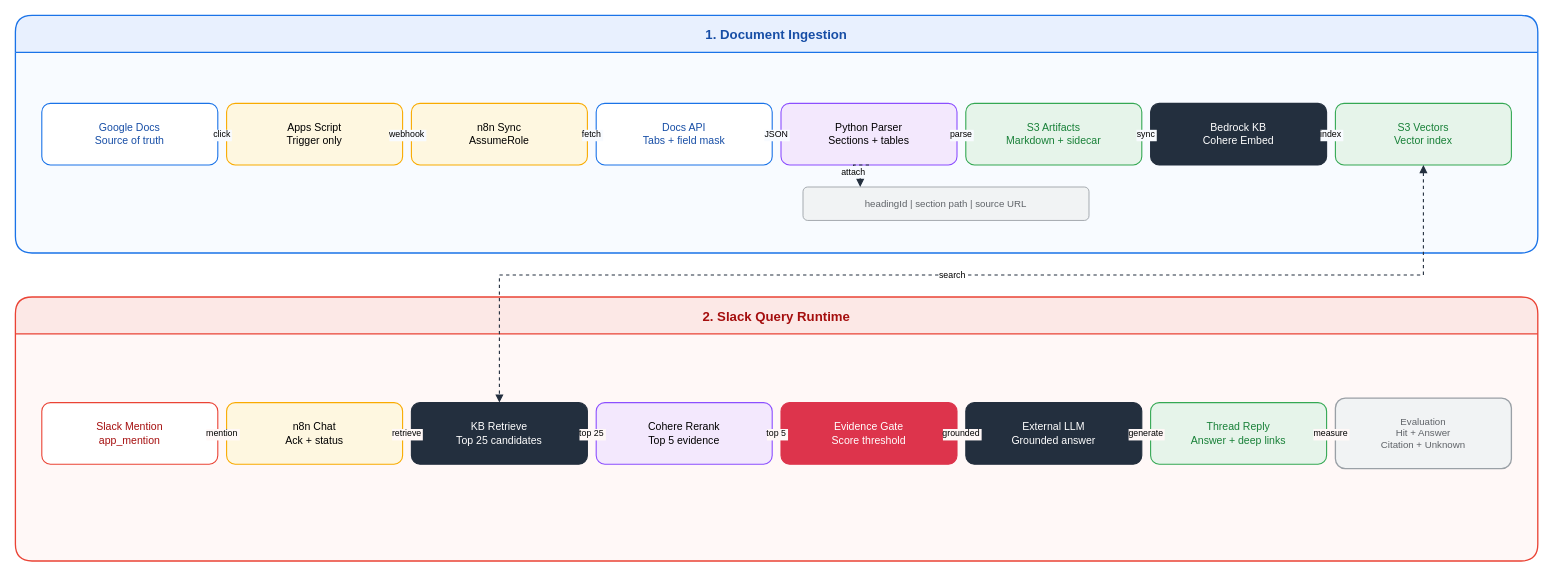
Above: assets/img/aws/bedrock-slack-rag-architecture.drawio in KKamJi98/kkamji98.github.io (draw.io), before the change. Source tidied: cells renumbered, new cells numbered last; positions are measured from the earlier drawing's top-left corner, leaving out a move shared by most shapes. Both pictures are drawn from the tidied source at 88%, with x=0, y=0 at pixel (15, 15).
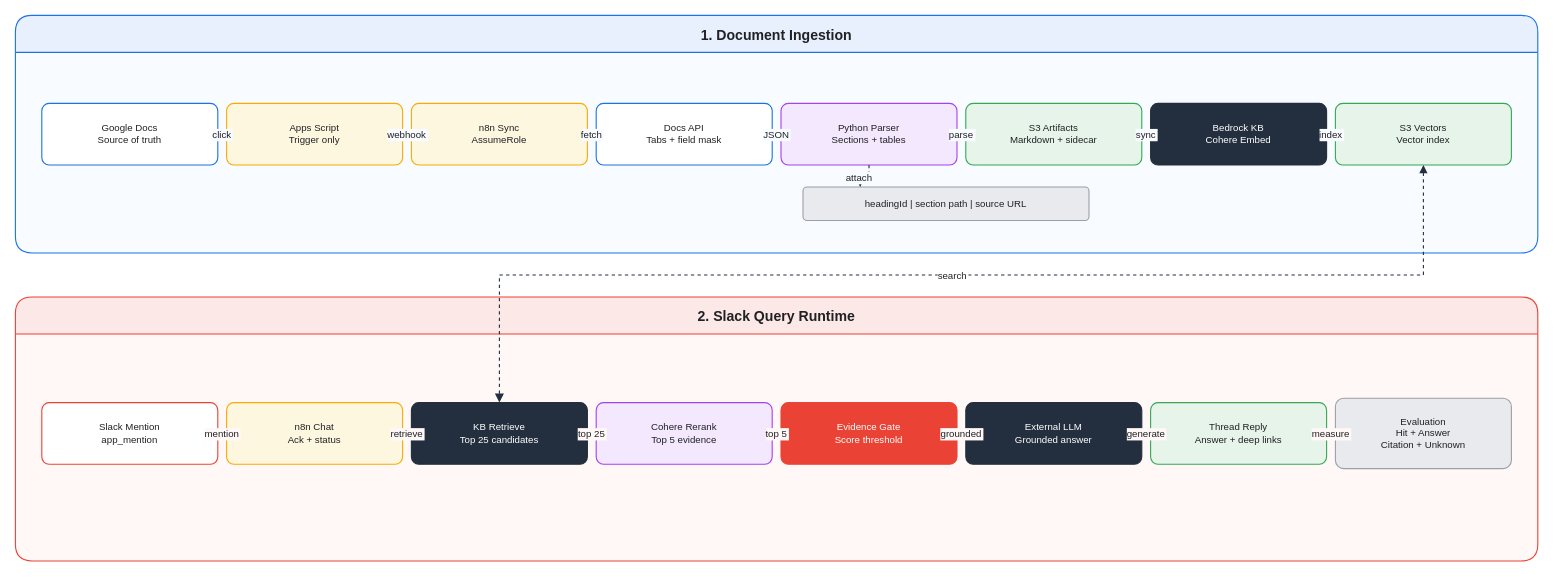
Above is the later version.

Diff of the diagram source:
```diff
@@
-<mxGraphModel>
+<mxGraphModel background="#FFFFFF">
@@
-    <mxCell id="2" value="1. Document Ingestion" style="swimlane;html=0;rounded=1;startSize=42;fillColor=#E8F0FE;swimlaneFillColor=#F8FBFF;strokeColor=#1A73E8;strokeWidth=1.5;fontSize=15;fontStyle=1;fontColor=#174EA6;shadow=0;" parent="1" vertex="1">
+    <mxCell id="2" value="1. Document Ingestion" style="swimlane;html=0;rounded=1;startSize=42;fillColor=#E8F0FE;swimlaneFillColor=#F8FBFF;strokeColor=#1A73E8;strokeWidth=1.25;fontSize=16;fontStyle=1;fontColor=#202124;shadow=0;" parent="1" vertex="1">
       <mxGeometry width="1730" height="270" as="geometry" />
     </mxCell>
-    <mxCell id="3" value="2. Slack Query Runtime" style="swimlane;html=0;rounded=1;startSize=42;fillColor=#FCE8E6;swimlaneFillColor=#FFF8F7;strokeColor=#EA4335;strokeWidth=1.5;fontSize=15;fontStyle=1;fontColor=#A50E0E;shadow=0;" parent="1" vertex="1">
+    <mxCell id="3" value="2. Slack Query Runtime" style="swimlane;html=0;rounded=1;startSize=42;fillColor=#FCE8E6;swimlaneFillColor=#FFF8F7;strokeColor=#EA4335;strokeWidth=1.25;fontSize=16;fontStyle=1;fontColor=#202124;shadow=0;" parent="1" vertex="1">
       <mxGeometry y="320" width="1730" height="300" as="geometry" />
     </mxCell>
-    <mxCell id="4" value="Google Docs&#10;Source of truth" style="rounded=1;arcSize=14;whiteSpace=wrap;html=0;fillColor=#FFFFFF;strokeColor=#1A73E8;strokeWidth=1.25;fontSize=12;fontColor=#174EA6;shadow=0;" parent="1" vertex="1">
+    <mxCell id="4" value="Google Docs&#10;Source of truth" style="rounded=1;arcSize=12;whiteSpace=wrap;html=0;fillColor=#FFFFFF;strokeColor=#1A73E8;strokeWidth=1.25;fontSize=11;fontColor=#202124;shadow=0;" parent="1" vertex="1">
       <mxGeometry x="30" y="100" width="200" height="70" as="geometry" />
     </mxCell>
-    <mxCell id="5" value="Apps Script&#10;Trigger only" style="rounded=1;arcSize=14;whiteSpace=wrap;html=0;fillColor=#FEF7E0;strokeColor=#F9AB00;strokeWidth=1.25;fontSize=12;fontColor=#000000;shadow=0;" parent="1" vertex="1">
+    <mxCell id="5" value="Apps Script&#10;Trigger only" style="rounded=1;arcSize=12;whiteSpace=wrap;html=0;fillColor=#FEF7E0;strokeColor=#F9AB00;strokeWidth=1.25;fontSize=11;fontColor=#202124;shadow=0;" parent="1" vertex="1">
       <mxGeometry x="240" y="100" width="200" height="70" as="geometry" />
     </mxCell>
-    <mxCell id="6" value="n8n Sync&#10;AssumeRole" style="rounded=1;arcSize=14;whiteSpace=wrap;html=0;fillColor=#FEF7E0;strokeColor=#F9AB00;strokeWidth=1.25;fontSize=12;fontColor=#000000;shadow=0;" parent="1" vertex="1">
+    <mxCell id="6" value="n8n Sync&#10;AssumeRole" style="rounded=1;arcSize=12;whiteSpace=wrap;html=0;fillColor=#FEF7E0;strokeColor=#F9AB00;strokeWidth=1.25;fontSize=11;fontColor=#202124;shadow=0;" parent="1" vertex="1">
       <mxGeometry x="450" y="100" width="200" height="70" as="geometry" />
     </mxCell>
-    <mxCell id="7" value="Docs API&#10;Tabs + field mask" style="rounded=1;arcSize=14;whiteSpace=wrap;html=0;fillColor=#FFFFFF;strokeColor=#1A73E8;strokeWidth=1.25;fontSize=12;fontColor=#174EA6;shadow=0;" parent="1" vertex="1">
+    <mxCell id="7" value="Docs API&#10;Tabs + field mask" style="rounded=1;arcSize=12;whiteSpace=wrap;html=0;fillColor=#FFFFFF;strokeColor=#1A73E8;strokeWidth=1.25;fontSize=11;fontColor=#202124;shadow=0;" parent="1" vertex="1">
       <mxGeometry x="660" y="100" width="200" height="70" as="geometry" />
     </mxCell>
-    <mxCell id="8" value="Python Parser&#10;Sections + tables" style="rounded=1;arcSize=14;whiteSpace=wrap;html=0;fillColor=#F3E8FD;strokeColor=#8C4FFF;strokeWidth=1.25;fontSize=12;fontColor=#000000;shadow=0;" parent="1" vertex="1">
+    <mxCell id="8" value="Python Parser&#10;Sections + tables" style="rounded=1;arcSize=12;whiteSpace=wrap;html=0;fillColor=#F3E8FD;strokeColor=#A142F4;strokeWidth=1.25;fontSize=11;fontColor=#202124;shadow=0;" parent="1" vertex="1">
       <mxGeometry x="870" y="100" width="200" height="70" as="geometry" />
     </mxCell>
-    <mxCell id="9" value="S3 Artifacts&#10;Markdown + sidecar" style="rounded=1;arcSize=14;whiteSpace=wrap;html=0;fillColor=#E6F4EA;strokeColor=#34A853;strokeWidth=1.25;fontSize=12;fontColor=#188038;shadow=0;" parent="1" vertex="1">
+    <mxCell id="9" value="S3 Artifacts&#10;Markdown + sidecar" style="rounded=1;arcSize=12;whiteSpace=wrap;html=0;fillColor=#E6F4EA;strokeColor=#34A853;strokeWidth=1.25;fontSize=11;fontColor=#202124;shadow=0;" parent="1" vertex="1">
       <mxGeometry x="1080" y="100" width="200" height="70" as="geometry" />
     </mxCell>
-    <mxCell id="10" value="Bedrock KB&#10;Cohere Embed" style="rounded=1;arcSize=14;whiteSpace=wrap;html=0;fillColor=#232F3E;strokeColor=#232F3E;strokeWidth=1.25;fontSize=12;fontColor=#FFFFFF;shadow=0;" parent="1" vertex="1">
+    <mxCell id="10" value="Bedrock KB&#10;Cohere Embed" style="rounded=1;arcSize=12;whiteSpace=wrap;html=0;fillColor=#232F3E;strokeColor=#232F3E;strokeWidth=1.25;fontSize=11;fontColor=#FFFFFF;shadow=0;" parent="1" vertex="1">
       <mxGeometry x="1290" y="100" width="200" height="70" as="geometry" />
     </mxCell>
-    <mxCell id="11" value="S3 Vectors&#10;Vector index" style="rounded=1;arcSize=14;whiteSpace=wrap;html=0;fillColor=#E6F4EA;strokeColor=#34A853;strokeWidth=1.25;fontSize=12;fontColor=#188038;shadow=0;" parent="1" vertex="1">
+    <mxCell id="11" value="S3 Vectors&#10;Vector index" style="rounded=1;arcSize=12;whiteSpace=wrap;html=0;fillColor=#E6F4EA;strokeColor=#34A853;strokeWidth=1.25;fontSize=11;fontColor=#202124;shadow=0;" parent="1" vertex="1">
       <mxGeometry x="1500" y="100" width="200" height="70" as="geometry" />
     </mxCell>
-    <mxCell id="12" value="headingId | section path | source URL" style="rounded=1;arcSize=14;whiteSpace=wrap;html=0;fillColor=#F1F3F4;strokeColor=#9AA0A6;strokeWidth=1;fontSize=11;fontColor=#5F6368;shadow=0;" parent="1" vertex="1">
+    <mxCell id="12" value="headingId | section path | source URL" style="rounded=1;arcSize=12;whiteSpace=wrap;html=0;fillColor=#E8EAED;strokeColor=#9AA0A6;strokeWidth=1.25;fontSize=11;fontColor=#202124;shadow=0;" parent="1" vertex="1">
       <mxGeometry x="895" y="195" width="325" height="38" as="geometry" />
     </mxCell>
-    <mxCell id="13" value="Slack Mention&#10;app_mention" style="rounded=1;arcSize=14;whiteSpace=wrap;html=0;fillColor=#FFFFFF;strokeColor=#EA4335;strokeWidth=1.25;fontSize=12;fontColor=#A50E0E;shadow=0;" parent="1" vertex="1">
+    <mxCell id="13" value="Slack Mention&#10;app_mention" style="rounded=1;arcSize=12;whiteSpace=wrap;html=0;fillColor=#FFFFFF;strokeColor=#EA4335;strokeWidth=1.25;fontSize=11;fontColor=#202124;shadow=0;" parent="1" vertex="1">
       <mxGeometry x="30" y="440" width="200" height="70" as="geometry" />
     </mxCell>
-    <mxCell id="14" value="n8n Chat&#10;Ack + status" style="rounded=1;arcSize=14;whiteSpace=wrap;html=0;fillColor=#FEF7E0;strokeColor=#F9AB00;strokeWidth=1.25;fontSize=12;fontColor=#000000;shadow=0;" parent="1" vertex="1">
+    <mxCell id="14" value="n8n Chat&#10;Ack + status" style="rounded=1;arcSize=12;whiteSpace=wrap;html=0;fillColor=#FEF7E0;strokeColor=#F9AB00;strokeWidth=1.25;fontSize=11;fontColor=#202124;shadow=0;" parent="1" vertex="1">
       <mxGeometry x="240" y="440" width="200" height="70" as="geometry" />
     </mxCell>
-    <mxCell id="15" value="KB Retrieve&#10;Top 25 candidates" style="rounded=1;arcSize=14;whiteSpace=wrap;html=0;fillColor=#232F3E;strokeColor=#232F3E;strokeWidth=1.25;fontSize=12;fontColor=#FFFFFF;shadow=0;" parent="1" vertex="1">
+    <mxCell id="15" value="KB Retrieve&#10;Top 25 candidates" style="rounded=1;arcSize=12;whiteSpace=wrap;html=0;fillColor=#232F3E;strokeColor=#232F3E;strokeWidth=1.25;fontSize=11;fontColor=#FFFFFF;shadow=0;" parent="1" vertex="1">
       <mxGeometry x="450" y="440" width="200" height="70" as="geometry" />
     </mxCell>
-    <mxCell id="16" value="Cohere Rerank&#10;Top 5 evidence" style="rounded=1;arcSize=14;whiteSpace=wrap;html=0;fillColor=#F3E8FD;strokeColor=#8C4FFF;strokeWidth=1.25;fontSize=12;fontColor=#000000;shadow=0;" parent="1" vertex="1">
+    <mxCell id="16" value="Cohere Rerank&#10;Top 5 evidence" style="rounded=1;arcSize=12;whiteSpace=wrap;html=0;fillColor=#F3E8FD;strokeColor=#A142F4;strokeWidth=1.25;fontSize=11;fontColor=#202124;shadow=0;" parent="1" vertex="1">
       <mxGeometry x="660" y="440" width="200" height="70" as="geometry" />
     </mxCell>
-    <mxCell id="17" value="Evidence Gate&#10;Score threshold" style="rounded=1;arcSize=14;whiteSpace=wrap;html=0;fillColor=#DD344C;strokeColor=#DD344C;strokeWidth=1.25;fontSize=12;fontColor=#FFFFFF;shadow=0;" parent="1" vertex="1">
+    <mxCell id="17" value="Evidence Gate&#10;Score threshold" style="rounded=1;arcSize=12;whiteSpace=wrap;html=0;fillColor=#EA4335;strokeColor=#EA4335;strokeWidth=1.25;fontSize=11;fontColor=#FFFFFF;shadow=0;" parent="1" vertex="1">
       <mxGeometry x="870" y="440" width="200" height="70" as="geometry" />
     </mxCell>
-    <mxCell id="18" value="External LLM&#10;Grounded answer" style="rounded=1;arcSize=14;whiteSpace=wrap;html=0;fillColor=#232F3E;strokeColor=#232F3E;strokeWidth=1.25;fontSize=12;fontColor=#FFFFFF;shadow=0;" parent="1" vertex="1">
+    <mxCell id="18" value="External LLM&#10;Grounded answer" style="rounded=1;arcSize=12;whiteSpace=wrap;html=0;fillColor=#232F3E;strokeColor=#232F3E;strokeWidth=1.25;fontSize=11;fontColor=#FFFFFF;shadow=0;" parent="1" vertex="1">
       <mxGeometry x="1080" y="440" width="200" height="70" as="geometry" />
     </mxCell>
-    <mxCell id="19" value="Thread Reply&#10;Answer + deep links" style="rounded=1;arcSize=14;whiteSpace=wrap;html=0;fillColor=#E6F4EA;strokeColor=#34A853;strokeWidth=1.25;fontSize=12;fontColor=#188038;shadow=0;" parent="1" vertex="1">
+    <mxCell id="19" value="Thread Reply&#10;Answer + deep links" style="rounded=1;arcSize=12;whiteSpace=wrap;html=0;fillColor=#E6F4EA;strokeColor=#34A853;strokeWidth=1.25;fontSize=11;fontColor=#202124;shadow=0;" parent="1" vertex="1">
       <mxGeometry x="1290" y="440" width="200" height="70" as="geometry" />
     </mxCell>
-    <mxCell id="20" value="Evaluation&#10;Hit + Answer&#10;Citation + Unknown" style="rounded=1;arcSize=14;whiteSpace=wrap;html=0;fillColor=#F1F3F4;strokeColor=#9AA0A6;strokeWidth=1.5;fontSize=11;fontColor=#5F6368;shadow=0;" parent="1" vertex="1">
+    <mxCell id="20" value="Evaluation&#10;Hit + Answer&#10;Citation + Unknown" style="rounded=1;arcSize=12;whiteSpace=wrap;html=0;fillColor=#E8EAED;strokeColor=#9AA0A6;strokeWidth=1.25;fontSize=11;fontColor=#202124;shadow=0;" parent="1" vertex="1">
       <mxGeometry x="1500" y="435" width="200" height="80" as="geometry" />
     </mxCell>
-    <mxCell id="21" value="click" style="edgeStyle=orthogonalEdgeStyle;rounded=0;html=0;endArrow=block;strokeColor=#232F3E;strokeWidth=1.25;fontSize=10;fontColor=#000000;labelBackgroundColor=#F8FBFF;" parent="1" edge="1" source="4" target="5">
+    <mxCell id="21" value="click" style="edgeStyle=orthogonalEdgeStyle;rounded=0;html=0;endArrow=block;strokeColor=#232F3E;strokeWidth=1.25;fontSize=11;fontColor=#202124;labelBackgroundColor=#F8FBFF;endSize=7;" parent="1" edge="1" source="4" target="5">
       <mxGeometry relative="1" as="geometry" />
     </mxCell>
-    <mxCell id="22" value="webhook" style="edgeStyle=orthogonalEdgeStyle;rounded=0;html=0;endArrow=block;strokeColor=#232F3E;strokeWidth=1.25;fontSize=10;fontColor=#000000;labelBackgroundColor=#F8FBFF;" parent="1" edge="1" source="5" target="6">
+    <mxCell id="22" value="webhook" style="edgeStyle=orthogonalEdgeStyle;rounded=0;html=0;endArrow=block;strokeColor=#232F3E;strokeWidth=1.25;fontSize=11;fontColor=#202124;labelBackgroundColor=#F8FBFF;endSize=7;" parent="1" edge="1" source="5" target="6">
       <mxGeometry relative="1" as="geometry" />
     </mxCell>
-    <mxCell id="23" value="fetch" style="edgeStyle=orthogonalEdgeStyle;rounded=0;html=0;endArrow=block;strokeColor=#232F3E;strokeWidth=1.25;fontSize=10;fontColor=#000000;labelBackgroundColor=#F8FBFF;" parent="1" edge="1" source="6" target="7">
+    <mxCell id="23" value="fetch" style="edgeStyle=orthogonalEdgeStyle;rounded=0;html=0;endArrow=block;strokeColor=#232F3E;strokeWidth=1.25;fontSize=11;fontColor=#202124;labelBackgroundColor=#F8FBFF;endSize=7;" parent="1" edge="1" source="6" target="7">
       <mxGeometry relative="1" as="geometry" />
     </mxCell>
-    <mxCell id="24" value="JSON" style="edgeStyle=orthogonalEdgeStyle;rounded=0;html=0;endArrow=block;strokeColor=#232F3E;strokeWidth=1.25;fontSize=10;fontColor=#000000;labelBackgroundColor=#F8FBFF;" parent="1" edge="1" source="7" target="8">
+    <mxCell id="24" value="JSON" style="edgeStyle=orthogonalEdgeStyle;rounded=0;html=0;endArrow=block;strokeColor=#232F3E;strokeWidth=1.25;fontSize=11;fontColor=#202124;labelBackgroundColor=#F8FBFF;endSize=7;" parent="1" edge="1" source="7" target="8">
       <mxGeometry relative="1" as="geometry" />
     </mxCell>
-    <mxCell id="25" value="parse" style="edgeStyle=orthogonalEdgeStyle;rounded=0;html=0;endArrow=block;strokeColor=#232F3E;strokeWidth=1.25;fontSize=10;fontColor=#000000;labelBackgroundColor=#F8FBFF;" parent="1" edge="1" source="8" target="9">
+    <mxCell id="25" value="parse" style="edgeStyle=orthogonalEdgeStyle;rounded=0;html=0;endArrow=block;strokeColor=#232F3E;strokeWidth=1.25;fontSize=11;fontColor=#202124;labelBackgroundColor=#F8FBFF;endSize=7;" parent="1" edge="1" source="8" target="9">
       <mxGeometry relative="1" as="geometry" />
     </mxCell>
-    <mxCell id="26" value="sync" style="edgeStyle=orthogonalEdgeStyle;rounded=0;html=0;endArrow=block;strokeColor=#232F3E;strokeWidth=1.25;fontSize=10;fontColor=#000000;labelBackgroundColor=#F8FBFF;" parent="1" edge="1" source="9" target="10">
+    <mxCell id="26" value="sync" style="edgeStyle=orthogonalEdgeStyle;rounded=0;html=0;endArrow=block;strokeColor=#232F3E;strokeWidth=1.25;fontSize=11;fontColor=#202124;labelBackgroundColor=#F8FBFF;endSize=7;" parent="1" edge="1" source="9" target="10">
       <mxGeometry relative="1" as="geometry" />
     </mxCell>
-    <mxCell id="27" value="index" style="edgeStyle=orthogonalEdgeStyle;rounded=0;html=0;endArrow=block;strokeColor=#232F3E;strokeWidth=1.25;fontSize=10;fontColor=#000000;labelBackgroundColor=#F8FBFF;" parent="1" edge="1" source="10" target="11">
+    <mxCell id="27" value="index" style="edgeStyle=orthogonalEdgeStyle;rounded=0;html=0;endArrow=block;strokeColor=#232F3E;strokeWidth=1.25;fontSize=11;fontColor=#202124;labelBackgroundColor=#F8FBFF;endSize=7;" parent="1" edge="1" source="10" target="11">
       <mxGeometry relative="1" as="geometry" />
     </mxCell>
-    <mxCell id="28" value="attach" style="edgeStyle=orthogonalEdgeStyle;rounded=0;html=0;endArrow=block;dashed=1;strokeColor=#232F3E;strokeWidth=1.25;fontSize=10;fontColor=#000000;labelBackgroundColor=#F8FBFF;exitX=0.5;exitY=1;entryX=0.2;entryY=0;" parent="1" edge="1" source="8" target="12">
+    <mxCell id="28" value="attach" style="edgeStyle=orthogonalEdgeStyle;rounded=0;html=0;endArrow=block;dashed=1;strokeColor=#232F3E;strokeWidth=1.25;fontSize=11;fontColor=#202124;labelBackgroundColor=#F8FBFF;exitX=0.5;exitY=1;entryX=0.2;entryY=0;endSize=7;" parent="1" edge="1" source="8" target="12">
       <mxGeometry relative="1" as="geometry">
         <Array as="points">
+          <mxPoint x="970" y="184" />
           <mxPoint x="952.5" y="184" />
           <mxPoint x="960" y="184" />
         </Array>
       </mxGeometry>
     </mxCell>
-    <mxCell id="29" value="mention" style="edgeStyle=orthogonalEdgeStyle;rounded=0;html=0;endArrow=block;strokeColor=#232F3E;strokeWidth=1.25;fontSize=10;fontColor=#000000;labelBackgroundColor=#FFF8F7;" parent="1" edge="1" source="13" target="14">
+    <mxCell id="29" value="mention" style="edgeStyle=orthogonalEdgeStyle;rounded=0;html=0;endArrow=block;strokeColor=#232F3E;strokeWidth=1.25;fontSize=11;fontColor=#202124;labelBackgroundColor=#FFF8F7;endSize=7;" parent="1" edge="1" source="13" target="14">
       <mxGeometry relative="1" as="geometry" />
     </mxCell>
-    <mxCell id="30" value="retrieve" style="edgeStyle=orthogonalEdgeStyle;rounded=0;html=0;endArrow=block;strokeColor=#232F3E;strokeWidth=1.25;fontSize=10;fontColor=#000000;labelBackgroundColor=#FFF8F7;" parent="1" edge="1" source="14" target="15">
+    <mxCell id="30" value="retrieve" style="edgeStyle=orthogonalEdgeStyle;rounded=0;html=0;endArrow=block;strokeColor=#232F3E;strokeWidth=1.25;fontSize=11;fontColor=#202124;labelBackgroundColor=#FFF8F7;endSize=7;" parent="1" edge="1" source="14" target="15">
       <mxGeometry relative="1" as="geometry" />
     </mxCell>
-    <mxCell id="31" value="top 25" style="edgeStyle=orthogonalEdgeStyle;rounded=0;html=0;endArrow=block;strokeColor=#232F3E;strokeWidth=1.25;fontSize=10;fontColor=#000000;labelBackgroundColor=#FFF8F7;" parent="1" edge="1" source="15" target="16">
+    <mxCell id="31" value="top 25" style="edgeStyle=orthogonalEdgeStyle;rounded=0;html=0;endArrow=block;strokeColor=#232F3E;strokeWidth=1.25;fontSize=11;fontColor=#202124;labelBackgroundColor=#FFF8F7;endSize=7;" parent="1" edge="1" source="15" target="16">
       <mxGeometry relative="1" as="geometry" />
     </mxCell>
-    <mxCell id="32" value="top 5" style="edgeStyle=orthogonalEdgeStyle;rounded=0;html=0;endArrow=block;strokeColor=#232F3E;strokeWidth=1.25;fontSize=10;fontColor=#000000;labelBackgroundColor=#FFF8F7;" parent="1" edge="1" source="16" target="17">
+    <mxCell id="32" value="top 5" style="edgeStyle=orthogonalEdgeStyle;rounded=0;html=0;endArrow=block;strokeColor=#232F3E;strokeWidth=1.25;fontSize=11;fontColor=#202124;labelBackgroundColor=#FFF8F7;endSize=7;" parent="1" edge="1" source="16" target="17">
       <mxGeometry relative="1" as="geometry" />
     </mxCell>
-    <mxCell id="33" value="grounded" style="edgeStyle=orthogonalEdgeStyle;rounded=0;html=0;endArrow=block;strokeColor=#232F3E;strokeWidth=1.25;fontSize=10;fontColor=#000000;labelBackgroundColor=#FFF8F7;" parent="1" edge="1" source="17" target="18">
+    <mxCell id="33" value="grounded" style="edgeStyle=orthogonalEdgeStyle;rounded=0;html=0;endArrow=block;strokeColor=#232F3E;strokeWidth=1.25;fontSize=11;fontColor=#202124;labelBackgroundColor=#FFF8F7;endSize=7;" parent="1" edge="1" source="17" target="18">
       <mxGeometry relative="1" as="geometry" />
     </mxCell>
-    <mxCell id="34" value="generate" style="edgeStyle=orthogonalEdgeStyle;rounded=0;html=0;endArrow=block;strokeColor=#232F3E;strokeWidth=1.25;fontSize=10;fontColor=#000000;labelBackgroundColor=#FFF8F7;" parent="1" edge="1" source="18" target="19">
+    <mxCell id="34" value="generate" style="edgeStyle=orthogonalEdgeStyle;rounded=0;html=0;endArrow=block;strokeColor=#232F3E;strokeWidth=1.25;fontSize=11;fontColor=#202124;labelBackgroundColor=#FFF8F7;endSize=7;" parent="1" edge="1" source="18" target="19">
       <mxGeometry relative="1" as="geometry" />
     </mxCell>
-    <mxCell id="35" value="measure" style="edgeStyle=orthogonalEdgeStyle;rounded=0;html=0;endArrow=block;dashed=1;strokeColor=#232F3E;strokeWidth=1.25;fontSize=10;fontColor=#000000;labelBackgroundColor=#FFF8F7;" parent="1" edge="1" source="19" target="20">
+    <mxCell id="35" value="measure" style="edgeStyle=orthogonalEdgeStyle;rounded=0;html=0;endArrow=block;dashed=1;strokeColor=#232F3E;strokeWidth=1.25;fontSize=11;fontColor=#202124;labelBackgroundColor=#FFF8F7;endSize=7;" parent="1" edge="1" source="19" target="20">
       <mxGeometry relative="1" as="geometry" />
     </mxCell>
-    <mxCell id="36" value="search" style="edgeStyle=orthogonalEdgeStyle;rounded=0;html=0;startArrow=block;endArrow=block;dashed=1;strokeColor=#232F3E;strokeWidth=1.25;fontSize=10;fontColor=#000000;labelBackgroundColor=#FFFFFF;exitX=0.5;exitY=1;entryX=0.5;entryY=0;" parent="1" edge="1" source="11" target="15">
+    <mxCell id="36" value="search" style="edgeStyle=orthogonalEdgeStyle;rounded=0;html=0;startArrow=block;endArrow=block;dashed=1;strokeColor=#232F3E;strokeWidth=1.25;fontSize=11;fontColor=#202124;labelBackgroundColor=#FFFFFF;exitX=0.5;exitY=1;entryX=0.5;entryY=0;endSize=7;" parent="1" edge="1" source="11" target="15">
       <mxGeometry relative="1" as="geometry">
         <Array as="points">
+          <mxPoint x="1600" y="295" />
           <mxPoint x="1582.5" y="295" />
           <mxPoint x="532.5" y="295" />
+          <mxPoint x="550" y="295" />
         </Array>
       </mxGeometry>
     </mxCell>
```
